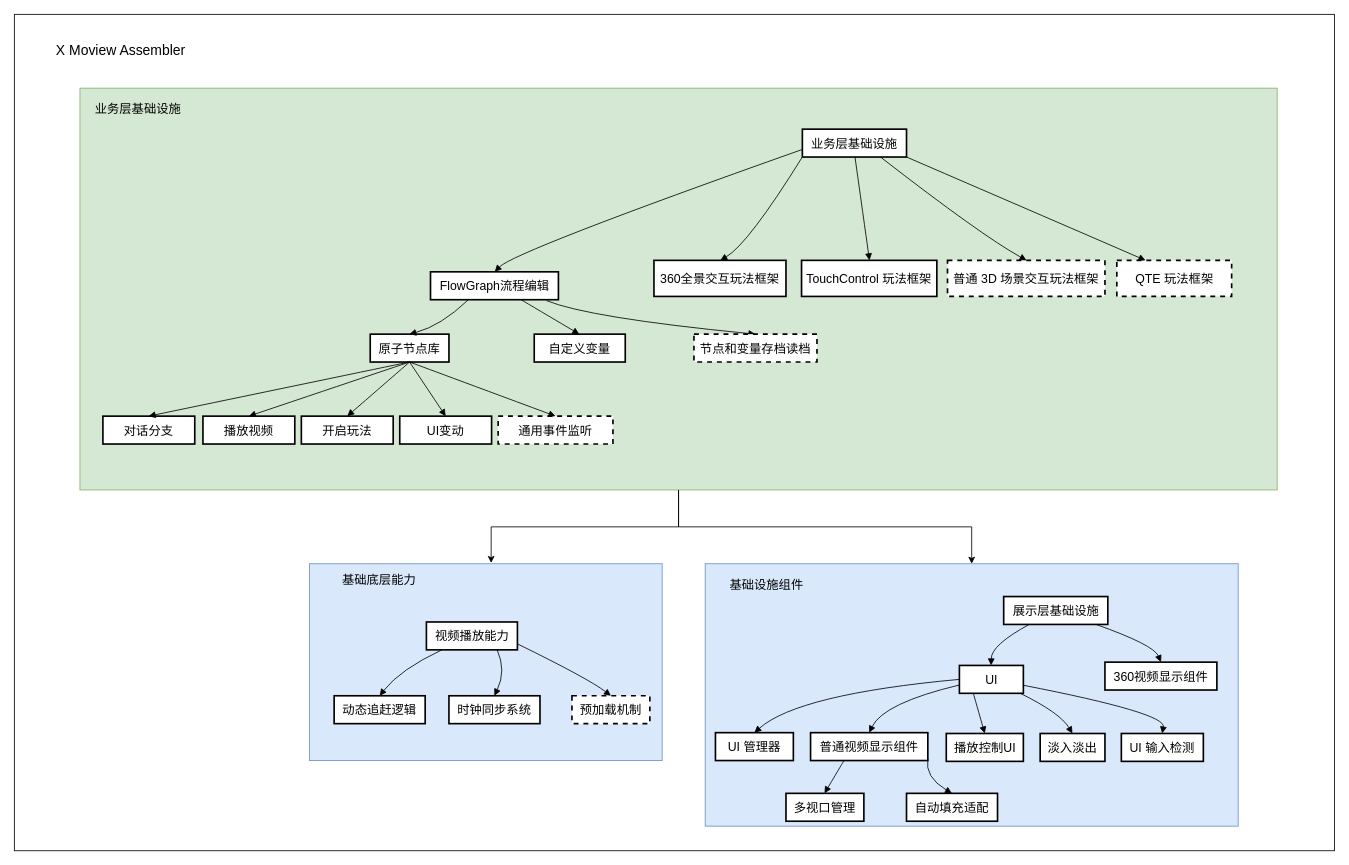
This is Untitled Diagram.drawio from tcmxx/TCMXXDrawIO, a draw.io file, before an edit. Source tidied: cells renumbered, new cells numbered last; positions are measured from the earlier drawing's top-left corner, leaving out a move shared by most shapes. Both pictures are drawn from the tidied source at 82%, with x=0, y=0 at pixel (14, 14).
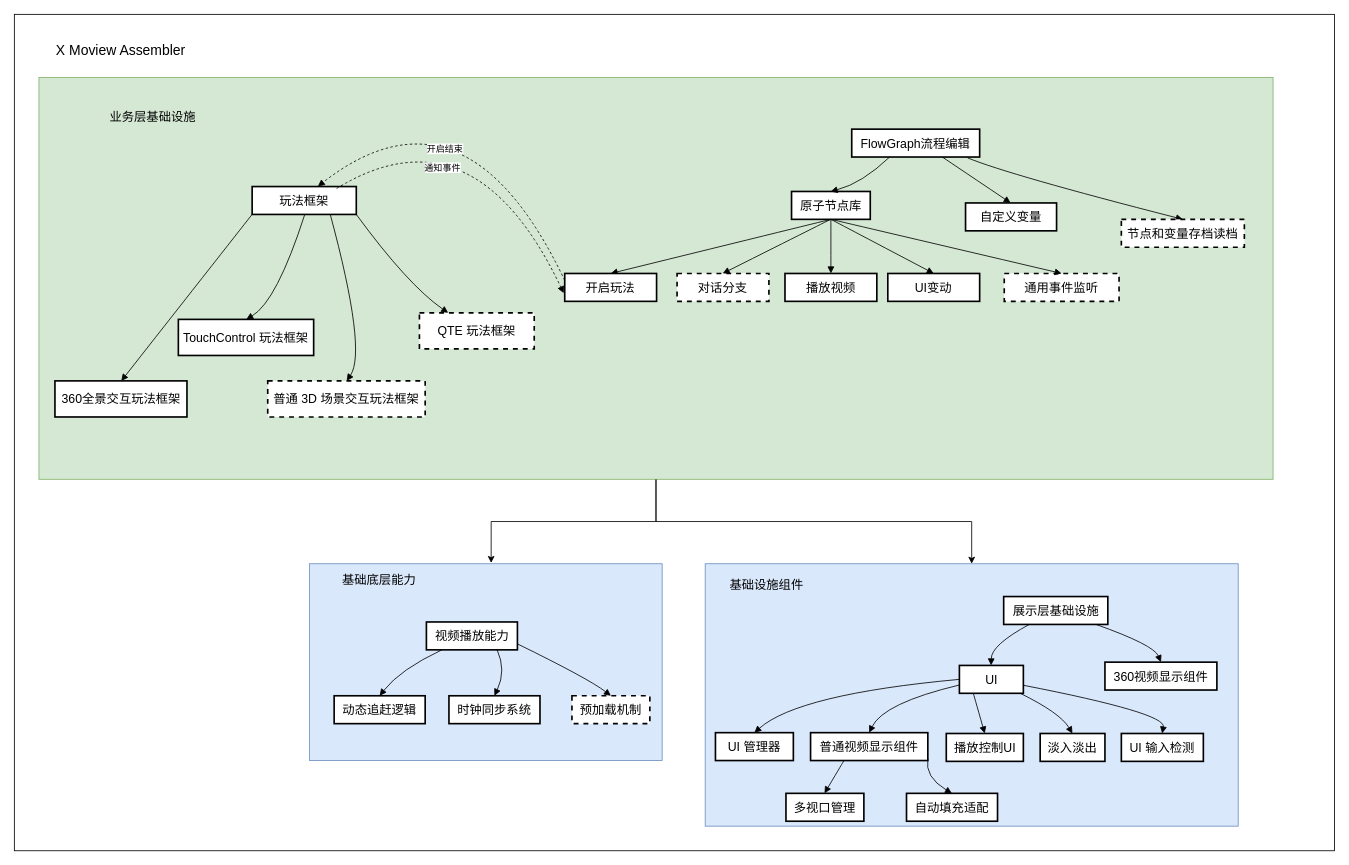
Above is the later version.

Diff of the diagram source:
```diff
@@
     <mxCell id="4" style="rounded=0;whiteSpace=wrap;html=1;fillColor=#d5e8d4;strokeColor=#82b366;" parent="1" vertex="1">
-      <mxGeometry x="80" y="90" width="1460" height="490" as="geometry" />
+      <mxGeometry x="30" y="77" width="1505" height="490" as="geometry" />
     </mxCell>
@@
-    <mxCell id="11" value="业务层基础设施" style="whiteSpace=wrap;strokeWidth=2;fontSize=15;" parent="1" vertex="1">
-      <mxGeometry x="961" y="140" width="127" height="34" as="geometry" />
+    <mxCell id="11" value="玩法框架" style="whiteSpace=wrap;strokeWidth=2;fontSize=15;" parent="1" vertex="1">
+      <mxGeometry x="290" y="210" width="127" height="34" as="geometry" />
     </mxCell>
     <mxCell id="12" value="FlowGraph流程编辑" style="whiteSpace=wrap;strokeWidth=2;fontSize=15;" parent="1" vertex="1">
-      <mxGeometry x="507.5" y="314" width="156" height="34" as="geometry" />
+      <mxGeometry x="1021.2" y="140" width="156" height="34" as="geometry" />
     </mxCell>
     <mxCell id="13" value="360全景交互玩法框架" style="whiteSpace=wrap;strokeWidth=2;fontSize=15;" parent="1" vertex="1">
-      <mxGeometry x="780" y="300" width="161" height="44" as="geometry" />
+      <mxGeometry x="49.5" y="447" width="161" height="44" as="geometry" />
     </mxCell>
     <mxCell id="14" value="TouchControl 玩法框架" style="whiteSpace=wrap;strokeWidth=2;fontSize=15;" parent="1" vertex="1">
-      <mxGeometry x="960" y="300" width="165" height="44" as="geometry" />
+      <mxGeometry x="200" y="372" width="165" height="44" as="geometry" />
     </mxCell>
     <mxCell id="15" value="普通 3D 场景交互玩法框架" style="whiteSpace=wrap;strokeWidth=2;fontSize=15;dashed=1;" parent="1" vertex="1">
-      <mxGeometry x="1138" y="300" width="192" height="44" as="geometry" />
+      <mxGeometry x="309" y="447" width="192" height="44" as="geometry" />
     </mxCell>
@@
     <mxCell id="25" value="原子节点库" style="whiteSpace=wrap;strokeWidth=2;fontSize=15;" parent="1" vertex="1">
-      <mxGeometry x="434" y="390" width="96" height="34" as="geometry" />
+      <mxGeometry x="947.8" y="216" width="96" height="34" as="geometry" />
     </mxCell>
     <mxCell id="26" value="自定义变量" style="whiteSpace=wrap;strokeWidth=2;fontSize=15;" parent="1" vertex="1">
-      <mxGeometry x="634" y="390" width="111" height="34" as="geometry" />
+      <mxGeometry x="1160" y="230" width="111" height="34" as="geometry" />
     </mxCell>
-    <mxCell id="27" value="对话分支" style="whiteSpace=wrap;strokeWidth=2;fontSize=15;" parent="1" vertex="1">
-      <mxGeometry x="108" y="490" width="112" height="34" as="geometry" />
+    <mxCell id="27" value="对话分支" style="whiteSpace=wrap;strokeWidth=2;fontSize=15;dashed=1;" parent="1" vertex="1">
+      <mxGeometry x="808.2" y="316" width="112" height="34" as="geometry" />
     </mxCell>
@@
-    <mxCell id="30" style="curved=1;startArrow=none;endArrow=block;exitX=-0.0005946422186423474;exitY=0.728258211418084;entryX=0.5021367562122834;entryY=-0.00980388416963465;rounded=0;" parent="1" edge="1" source="11" target="12">
-      <mxGeometry relative="1" as="geometry">
-        <Array as="points">
-          <mxPoint x="610" y="289" />
-        </Array>
-      </mxGeometry>
-    </mxCell>
     <mxCell id="31" style="curved=1;startArrow=none;endArrow=block;exitX=0.007845096925592319;exitY=0.9901961158303654;entryX=0.5027043452629676;entryY=-0.00980388416963465;rounded=0;" parent="1" edge="1" source="11" target="13">
-      <mxGeometry relative="1" as="geometry">
-        <Array as="points">
-          <mxPoint x="895" y="280" />
-        </Array>
-      </mxGeometry>
+      <mxGeometry relative="1" as="geometry" />
     </mxCell>
     <mxCell id="32" style="curved=1;startArrow=none;endArrow=block;exitX=0.505139885732757;exitY=0.9901961158303654;entryX=0.5021306991577148;entryY=-0.00980388416963465;rounded=0;" parent="1" edge="1" source="11" target="14">
       <mxGeometry relative="1" as="geometry">
         <Array as="points">
-          <mxPoint x="1040" y="280" />
+          <mxPoint x="320" y="350" />
         </Array>
       </mxGeometry>
     </mxCell>
     <mxCell id="33" style="curved=1;startArrow=none;endArrow=block;exitX=0.75;exitY=1;entryX=0.5020940918283364;entryY=-0.00980388416963465;rounded=0;exitDx=0;exitDy=0;" parent="1" edge="1" source="11" target="15">
       <mxGeometry relative="1" as="geometry">
         <Array as="points">
-          <mxPoint x="1180" y="270" />
+          <mxPoint x="430" y="410" />
         </Array>
       </mxGeometry>
     </mxCell>
@@
     <mxCell id="43" style="curved=1;startArrow=none;endArrow=block;exitX=0.30438076878005826;exitY=0.9803922316607308;entryX=0.4965277910232544;entryY=0.009803996366613051;rounded=0;" parent="1" edge="1" source="12" target="25">
       <mxGeometry relative="1" as="geometry">
         <Array as="points">
-          <mxPoint x="520" y="380" />
+          <mxPoint x="1033.8" y="206" />
         </Array>
       </mxGeometry>
     </mxCell>
@@
     <mxCell id="48" style="curved=1;startArrow=none;endArrow=block;exitX=0.906;exitY=1.031;rounded=0;exitDx=0;exitDy=0;exitPerimeter=0;entryX=0.5;entryY=0;entryDx=0;entryDy=0;" parent="1" edge="1" source="12" target="49">
       <mxGeometry relative="1" as="geometry">
         <Array as="points">
-          <mxPoint x="700" y="370" />
+          <mxPoint x="1213.8" y="196" />
         </Array>
       </mxGeometry>
     </mxCell>
     <mxCell id="49" value="节点和变量存档读档" style="whiteSpace=wrap;strokeWidth=2;dashed=1;fontSize=15;" parent="1" vertex="1">
-      <mxGeometry x="828.8" y="390" width="150" height="34" as="geometry" />
+      <mxGeometry x="1350" y="250" width="150" height="34" as="geometry" />
     </mxCell>
@@
     <mxCell id="51" value="QTE 玩法框架" style="whiteSpace=wrap;strokeWidth=2;dashed=1;fontSize=15;" parent="1" vertex="1">
-      <mxGeometry x="1344.5" y="300" width="140" height="44" as="geometry" />
+      <mxGeometry x="494" y="364" width="140" height="44" as="geometry" />
     </mxCell>
     <mxCell id="52" style="curved=1;startArrow=none;endArrow=block;exitX=1;exitY=1;entryX=0.25;entryY=0;rounded=0;exitDx=0;exitDy=0;entryDx=0;entryDy=0;" parent="1" edge="1" source="11" target="51">
       <mxGeometry relative="1" as="geometry">
         <Array as="points">
-          <mxPoint x="1278" y="256" />
+          <mxPoint x="480" y="330" />
         </Array>
       </mxGeometry>
     </mxCell>
     <mxCell id="53" value="播放视频" style="whiteSpace=wrap;strokeWidth=2;fontSize=15;" parent="1" vertex="1">
-      <mxGeometry x="230" y="490" width="112" height="34" as="geometry" />
+      <mxGeometry x="939.8" y="316" width="112" height="34" as="geometry" />
     </mxCell>
@@
     <mxCell id="55" value="开启玩法" style="whiteSpace=wrap;strokeWidth=2;fontSize=15;" parent="1" vertex="1">
-      <mxGeometry x="350" y="490" width="112" height="34" as="geometry" />
+      <mxGeometry x="671.2" y="316" width="112" height="34" as="geometry" />
     </mxCell>
     <mxCell id="56" value="UI变动" style="whiteSpace=wrap;strokeWidth=2;fontSize=15;" parent="1" vertex="1">
-      <mxGeometry x="470" y="490" width="112" height="34" as="geometry" />
+      <mxGeometry x="1065.2" y="316" width="112" height="34" as="geometry" />
     </mxCell>
@@
     <mxCell id="58" value="通用事件监听" style="whiteSpace=wrap;strokeWidth=2;fontSize=15;dashed=1;" parent="1" vertex="1">
-      <mxGeometry x="590" y="490" width="140" height="34" as="geometry" />
+      <mxGeometry x="1207.2" y="316" width="140" height="34" as="geometry" />
     </mxCell>
@@
     <mxCell id="62" value="&lt;font style=&quot;font-size: 15px;&quot;&gt;业务层基础设施&lt;/font&gt;" style="text;html=1;strokeColor=none;fillColor=none;align=center;verticalAlign=middle;whiteSpace=wrap;rounded=0;" parent="1" vertex="1">
-      <mxGeometry x="80" y="100" width="142" height="30" as="geometry" />
+      <mxGeometry x="98" y="110" width="142" height="30" as="geometry" />
     </mxCell>
@@
+    <mxCell id="66" style="curved=1;startArrow=none;endArrow=block;exitX=0;exitY=0.25;entryX=0.226;entryY=0.271;rounded=0;exitDx=0;exitDy=0;entryDx=0;entryDy=0;entryPerimeter=0;dashed=1;" parent="1" edge="1" source="55" target="4">
+      <mxGeometry relative="1" as="geometry">
+        <Array as="points">
+          <mxPoint x="550" y="70" />
+        </Array>
+      </mxGeometry>
+    </mxCell>
+    <mxCell id="67" value="开启结束" style="edgeLabel;html=1;align=center;verticalAlign=middle;" parent="66" vertex="1">
+      <mxGeometry x="0.41" y="58" relative="1" as="geometry" />
+    </mxCell>
+    <mxCell id="68" style="curved=1;startArrow=none;endArrow=block;exitX=0.811;exitY=0.069;entryX=-0.011;entryY=0.706;rounded=0;exitDx=0;exitDy=0;entryDx=0;entryDy=0;entryPerimeter=0;dashed=1;exitPerimeter=0;" parent="1" edge="1" source="11" target="55">
+      <mxGeometry relative="1" as="geometry">
+        <Array as="points">
+          <mxPoint x="560" y="110" />
+        </Array>
+      </mxGeometry>
+    </mxCell>
+    <mxCell id="69" value="通知事件" style="edgeLabel;html=1;align=center;verticalAlign=middle;" parent="68" vertex="1">
+      <mxGeometry x="-0.45" y="-44" relative="1" as="geometry">
+        <mxPoint y="1" as="offset" />
+      </mxGeometry>
+    </mxCell>
```
